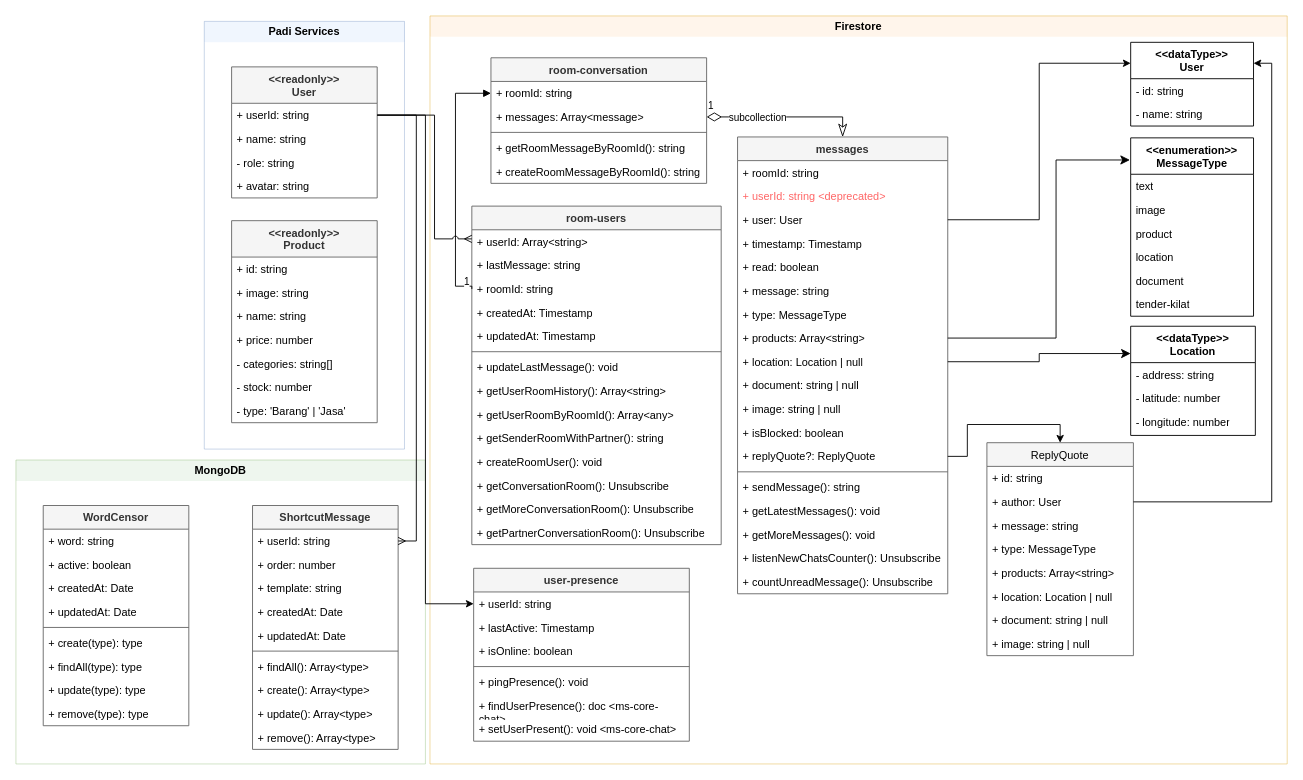
The draw.io diagram page "Class Diagram" (3 of 6) of System Design Padi Chat.drawio in yogiprsetya/app.diagrams.net, before the edit. Source tidied: cells renumbered, new cells numbered last; positions are measured from the earlier drawing's top-left corner, leaving out a move shared by most shapes. Both pictures are drawn from the tidied source at 91%, with x=0, y=0 at pixel (15, 15).
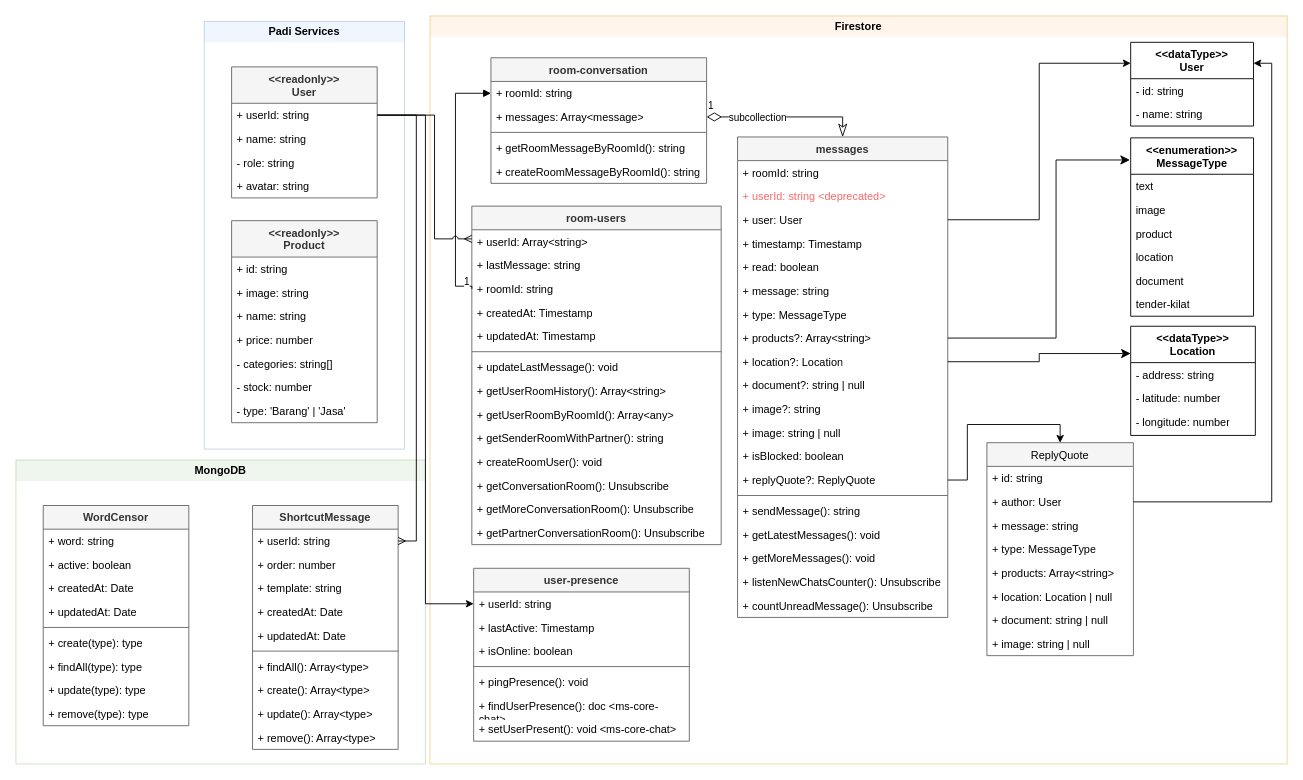
Above is the later version.

The change refers to these unchanged cells:
```xml
<mxCell id="2" value="Firestore" style="swimlane;whiteSpace=wrap;html=1;fillColor=#ffe6cc;strokeColor=#d79b00;swimlaneLine=0;opacity=40;" parent="1" vertex="1">
  <mxGeometry x="455" width="942" height="822" as="geometry" />
</mxCell>
```

Change to the diagram source:
```diff
@@
     <mxCell id="29" value="messages" style="swimlane;fontStyle=1;align=center;verticalAlign=top;horizontal=1;startSize=26;whiteSpace=wrap;html=1;fillColor=#f5f5f5;fontColor=#333333;strokeColor=#666666;" parent="2" vertex="1">
-      <mxGeometry x="338" y="133" width="231" height="502" as="geometry" />
+      <mxGeometry x="338" y="133" width="231" height="528" as="geometry" />
     </mxCell>
@@
-    <mxCell id="37" value="+ &lt;span class=&quot;database-key&quot;&gt;products&lt;/span&gt;: Array&amp;lt;string&amp;gt;" style="text;strokeColor=none;fillColor=none;align=left;verticalAlign=top;spacingLeft=4;spacingRight=4;overflow=hidden;points=[[0,0.5],[1,0.5]];portConstraint=eastwest;whiteSpace=wrap;html=1;" parent="29" vertex="1">
+    <mxCell id="37" value="+ &lt;span class=&quot;database-key&quot;&gt;products&lt;/span&gt;?: Array&amp;lt;string&amp;gt;" style="text;strokeColor=none;fillColor=none;align=left;verticalAlign=top;spacingLeft=4;spacingRight=4;overflow=hidden;points=[[0,0.5],[1,0.5]];portConstraint=eastwest;whiteSpace=wrap;html=1;" parent="29" vertex="1">
       <mxGeometry y="208" width="231" height="26" as="geometry" />
     </mxCell>
-    <mxCell id="38" value="+ &lt;span class=&quot;database-key&quot;&gt;location&lt;/span&gt;: Location | null" style="text;strokeColor=none;fillColor=none;align=left;verticalAlign=top;spacingLeft=4;spacingRight=4;overflow=hidden;points=[[0,0.5],[1,0.5]];portConstraint=eastwest;whiteSpace=wrap;html=1;" parent="29" vertex="1">
+    <mxCell id="38" value="+ &lt;span class=&quot;database-key&quot;&gt;location&lt;/span&gt;?: Location" style="text;strokeColor=none;fillColor=none;align=left;verticalAlign=top;spacingLeft=4;spacingRight=4;overflow=hidden;points=[[0,0.5],[1,0.5]];portConstraint=eastwest;whiteSpace=wrap;html=1;" parent="29" vertex="1">
       <mxGeometry y="234" width="231" height="26" as="geometry" />
     </mxCell>
-    <mxCell id="39" value="+ &lt;span class=&quot;database-key&quot;&gt;document&lt;/span&gt;: string | null" style="text;strokeColor=none;fillColor=none;align=left;verticalAlign=top;spacingLeft=4;spacingRight=4;overflow=hidden;whiteSpace=wrap;html=1;" parent="29" vertex="1">
+    <mxCell id="39" value="+ &lt;span class=&quot;database-key&quot;&gt;document&lt;/span&gt;?: string | null" style="text;strokeColor=none;fillColor=none;align=left;verticalAlign=top;spacingLeft=4;spacingRight=4;overflow=hidden;whiteSpace=wrap;html=1;" parent="29" vertex="1">
       <mxGeometry y="260" width="231" height="26" as="geometry" />
     </mxCell>
-    <mxCell id="40" value="+ image: string | null" style="text;strokeColor=none;fillColor=none;align=left;verticalAlign=top;spacingLeft=4;spacingRight=4;overflow=hidden;whiteSpace=wrap;html=1;" parent="29" vertex="1">
+    <mxCell id="40" value="+ image?: string" style="text;strokeColor=none;fillColor=none;align=left;verticalAlign=top;spacingLeft=4;spacingRight=4;overflow=hidden;whiteSpace=wrap;html=1;" parent="29" vertex="1">
       <mxGeometry y="286" width="231" height="26" as="geometry" />
     </mxCell>
+    <mxCell id="123" value="+ image: string | null" style="text;strokeColor=none;fillColor=none;align=left;verticalAlign=top;spacingLeft=4;spacingRight=4;overflow=hidden;whiteSpace=wrap;html=1;" parent="29" vertex="1">
+      <mxGeometry y="312" width="231" height="26" as="geometry" />
+    </mxCell>
     <mxCell id="41" value="+ &lt;span class=&quot;database-key&quot;&gt;isBlocked&lt;/span&gt;: boolean" style="text;strokeColor=none;fillColor=none;align=left;verticalAlign=top;spacingLeft=4;spacingRight=4;overflow=hidden;whiteSpace=wrap;html=1;" parent="29" vertex="1">
-      <mxGeometry y="312" width="231" height="26" as="geometry" />
+      <mxGeometry y="338" width="231" height="26" as="geometry" />
     </mxCell>
     <mxCell id="42" value="+ &lt;span class=&quot;database-key&quot;&gt;replyQuote&lt;/span&gt;?: ReplyQuote" style="text;strokeColor=none;fillColor=none;align=left;verticalAlign=top;spacingLeft=4;spacingRight=4;overflow=hidden;points=[[0,0.5],[1,0.5]];portConstraint=eastwest;whiteSpace=wrap;html=1;" parent="29" vertex="1">
-      <mxGeometry y="338" width="231" height="26" as="geometry" />
+      <mxGeometry y="364" width="231" height="26" as="geometry" />
     </mxCell>
     <mxCell id="43" style="line;strokeWidth=1;fillColor=none;align=left;verticalAlign=middle;spacingTop=-1;spacingLeft=3;spacingRight=3;labelPosition=right;strokeColor=inherit;" parent="29" vertex="1">
-      <mxGeometry y="364" width="231" height="8" as="geometry" />
+      <mxGeometry y="390" width="231" height="8" as="geometry" />
     </mxCell>
     <mxCell id="44" value="+ sendMessage(): string" style="text;strokeColor=none;fillColor=none;align=left;verticalAlign=top;spacingLeft=4;spacingRight=4;overflow=hidden;whiteSpace=wrap;html=1;" parent="29" vertex="1">
-      <mxGeometry y="372" width="231" height="26" as="geometry" />
+      <mxGeometry y="398" width="231" height="26" as="geometry" />
     </mxCell>
     <mxCell id="45" value="+ getLatestMessages(): void" style="text;strokeColor=none;fillColor=none;align=left;verticalAlign=top;spacingLeft=4;spacingRight=4;overflow=hidden;whiteSpace=wrap;html=1;" parent="29" vertex="1">
-      <mxGeometry y="398" width="231" height="26" as="geometry" />
+      <mxGeometry y="424" width="231" height="26" as="geometry" />
     </mxCell>
     <mxCell id="46" value="+ getMoreMessages(): void" style="text;strokeColor=none;fillColor=none;align=left;verticalAlign=top;spacingLeft=4;spacingRight=4;overflow=hidden;whiteSpace=wrap;html=1;" parent="29" vertex="1">
-      <mxGeometry y="424" width="231" height="26" as="geometry" />
+      <mxGeometry y="450" width="231" height="26" as="geometry" />
     </mxCell>
     <mxCell id="47" value="+ listenNewChatsCounter(): Unsubscribe" style="text;strokeColor=none;fillColor=none;align=left;verticalAlign=top;spacingLeft=4;spacingRight=4;overflow=hidden;whiteSpace=wrap;html=1;" parent="29" vertex="1">
-      <mxGeometry y="450" width="231" height="26" as="geometry" />
+      <mxGeometry y="476" width="231" height="26" as="geometry" />
     </mxCell>
     <mxCell id="48" value="+ countUnreadMessage(): Unsubscribe" style="text;strokeColor=none;fillColor=none;align=left;verticalAlign=top;spacingLeft=4;spacingRight=4;overflow=hidden;whiteSpace=wrap;html=1;" parent="29" vertex="1">
-      <mxGeometry y="476" width="231" height="26" as="geometry" />
+      <mxGeometry y="502" width="231" height="26" as="geometry" />
     </mxCell>
```
